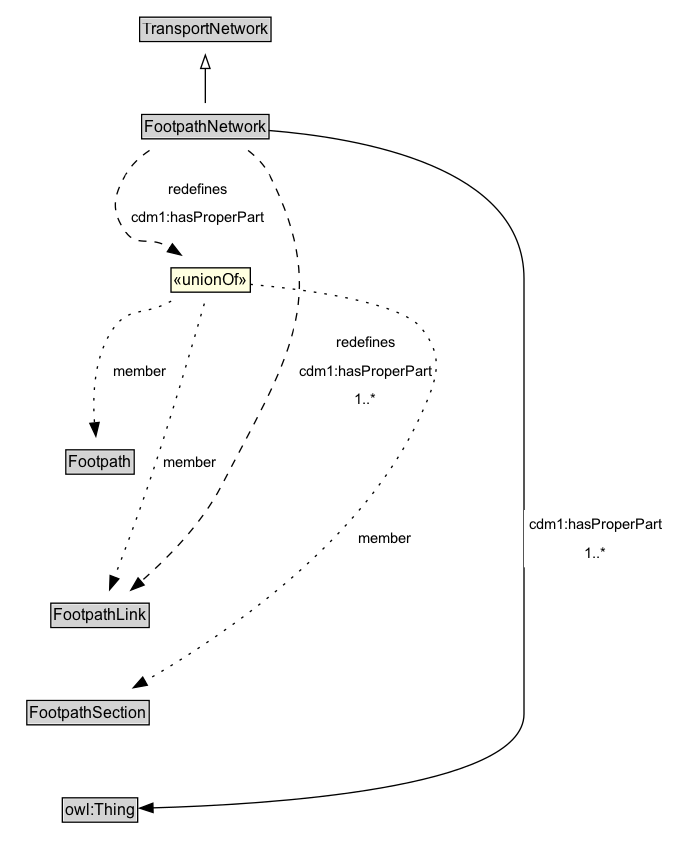
This is docs/diagrams/FootpathNetwork.dot.png from ISO-TC204/ontology-cdm-p3-v1, a Graphviz export, as it was before one commit. Its source is kept beside it as docs/diagrams/FootpathNetwork.dot.
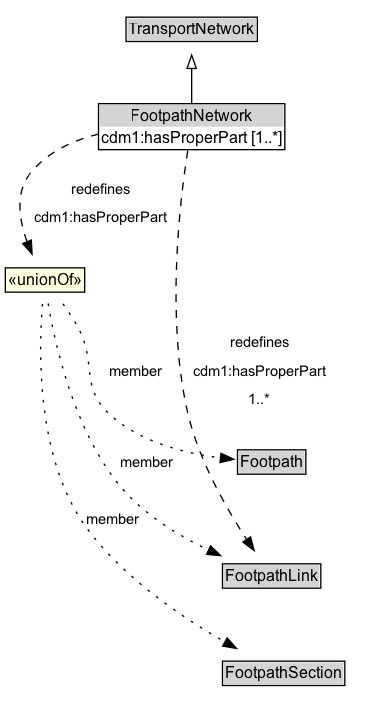
The same file after the commit.

The edit, as a diff of the source:
```diff
@@ -6,7 +6,7 @@
 		rank=source
 		TransportNetwork [label=<<TABLE BORDER="1" CELLBORDER="0" CELLSPACING="0" CELLPADDING="1"><TR><TD BGCOLOR="lightgray" ALIGN="CENTER">TransportNetwork</TD></TR></TABLE>> URL="../TransportNetwork" margin=0]
 	}
-	FootpathNetwork [label=<<TABLE BORDER="1" CELLBORDER="0" CELLSPACING="0" CELLPADDING="1"><TR><TD BGCOLOR="lightgray" ALIGN="CENTER">FootpathNetwork</TD></TR></TABLE>> URL="../FootpathNetwork" margin=0]
+	FootpathNetwork [label=<<TABLE BORDER="1" CELLBORDER="0" CELLSPACING="0" CELLPADDING="1"><TR><TD BGCOLOR="lightgray" ALIGN="CENTER">FootpathNetwork</TD></TR><TR><TD ALIGN="LEFT">cdm1:hasProperPart [1..*]</TD></TR></TABLE>> URL="../FootpathNetwork" margin=0]
 	{
 		rank=max
 	}
@@ -16,23 +16,19 @@
 		Footpath [label=<<TABLE BORDER="1" CELLBORDER="0" CELLSPACING="0" CELLPADDING="1"><TR><TD BGCOLOR="lightgray" ALIGN="CENTER">Footpath</TD></TR></TABLE>> URL="../Footpath" margin=0]
 		FootpathLink [label=<<TABLE BORDER="1" CELLBORDER="0" CELLSPACING="0" CELLPADDING="1"><TR><TD BGCOLOR="lightgray" ALIGN="CENTER">FootpathLink</TD></TR></TABLE>> URL="../FootpathLink" margin=0]
 		FootpathSection [label=<<TABLE BORDER="1" CELLBORDER="0" CELLSPACING="0" CELLPADDING="1"><TR><TD BGCOLOR="lightgray" ALIGN="CENTER">FootpathSection</TD></TR></TABLE>> URL="../FootpathSection" margin=0]
-		owl_Thing [label=<<TABLE BORDER="1" CELLBORDER="0" CELLSPACING="0" CELLPADDING="1"><TR><TD BGCOLOR="lightgray" ALIGN="CENTER">owl:Thing</TD></TR></TABLE>> URL="https://w3id.org/citydata/imported/owl/latest/Thing" margin=0]
 	}
 	FootpathNetwork -> TransportNetwork [arrowhead=onormal style=solid]
 	FootpathNetwork -> Invis [style=invis]
 	Invis -> Footpath [style=invis]
 	Footpath -> FootpathLink [style=invis]
 	FootpathLink -> FootpathSection [style=invis]
-	FootpathSection -> owl_Thing [style=invis]
-	nc63d9aeea9c24785938b813312b70530b14 [label=<<TABLE BORDER="1" CELLBORDER="0" CELLSPACING="0" CELLPADDING="1" BGCOLOR="lightyellow"><TR><TD ALIGN="CENTER">«unionOf»</TD></TR></TABLE>> margin=0]
+	n66601a8392594191afae18867b22fe37b14 [label=<<TABLE BORDER="1" CELLBORDER="0" CELLSPACING="0" CELLPADDING="1" BGCOLOR="lightyellow"><TR><TD ALIGN="CENTER">«unionOf»</TD></TR></TABLE>> margin=0]
 	Footpath [label=<<TABLE BORDER="1" CELLBORDER="0" CELLSPACING="0" CELLPADDING="1"><TR><TD BGCOLOR="lightgray" ALIGN="CENTER">Footpath</TD></TR></TABLE>> URL="../Footpath" margin=0]
-	nc63d9aeea9c24785938b813312b70530b14 -> Footpath [label=member arrowhead=normal style=dotted]
+	n66601a8392594191afae18867b22fe37b14 -> Footpath [label=member arrowhead=normal style=dotted]
 	FootpathLink [label=<<TABLE BORDER="1" CELLBORDER="0" CELLSPACING="0" CELLPADDING="1"><TR><TD BGCOLOR="lightgray" ALIGN="CENTER">FootpathLink</TD></TR></TABLE>> URL="../FootpathLink" margin=0]
-	nc63d9aeea9c24785938b813312b70530b14 -> FootpathLink [label=member arrowhead=normal style=dotted]
+	n66601a8392594191afae18867b22fe37b14 -> FootpathLink [label=member arrowhead=normal style=dotted]
 	FootpathSection [label=<<TABLE BORDER="1" CELLBORDER="0" CELLSPACING="0" CELLPADDING="1"><TR><TD BGCOLOR="lightgray" ALIGN="CENTER">FootpathSection</TD></TR></TABLE>> URL="../FootpathSection" margin=0]
-	nc63d9aeea9c24785938b813312b70530b14 -> FootpathSection [label=member arrowhead=normal style=dotted]
-	FootpathNetwork -> nc63d9aeea9c24785938b813312b70530b14 [label=<<TABLE BORDER="0" CELLBORDER="0" CELLSPACING="0" CELLPADDING="4" BGCOLOR="white"><TR><TD ALIGN="CENTER">redefines</TD></TR><TR><TD ALIGN="CENTER">cdm1:hasProperPart</TD></TR></TABLE>> arrowhead=normal style=dashed]
+	n66601a8392594191afae18867b22fe37b14 -> FootpathSection [label=member arrowhead=normal style=dotted]
+	FootpathNetwork -> n66601a8392594191afae18867b22fe37b14 [label=<<TABLE BORDER="0" CELLBORDER="0" CELLSPACING="0" CELLPADDING="4" BGCOLOR="white"><TR><TD ALIGN="CENTER">redefines</TD></TR><TR><TD ALIGN="CENTER">cdm1:hasProperPart</TD></TR></TABLE>> arrowhead=normal style=dashed]
 	FootpathNetwork -> FootpathLink [label=<<TABLE BORDER="0" CELLBORDER="0" CELLSPACING="0" CELLPADDING="4" BGCOLOR="white"><TR><TD ALIGN="CENTER">redefines</TD></TR><TR><TD ALIGN="CENTER">cdm1:hasProperPart</TD></TR><TR><TD ALIGN="CENTER">1..*</TD></TR></TABLE>> arrowhead=normal style=dashed]
-	owl_Thing [label=<<TABLE BORDER="1" CELLBORDER="0" CELLSPACING="0" CELLPADDING="1"><TR><TD BGCOLOR="lightgray" ALIGN="CENTER">owl:Thing</TD></TR></TABLE>> URL="https://w3id.org/citydata/imported/owl/latest/Thing" margin=0]
-	FootpathNetwork -> owl_Thing [label=<<TABLE BORDER="0" CELLBORDER="0" CELLSPACING="0" CELLPADDING="4" BGCOLOR="white"><TR><TD ALIGN="CENTER">cdm1:hasProperPart</TD></TR><TR><TD ALIGN="CENTER">1..*</TD></TR></TABLE>> arrowhead=normal style=solid]
 }
```
